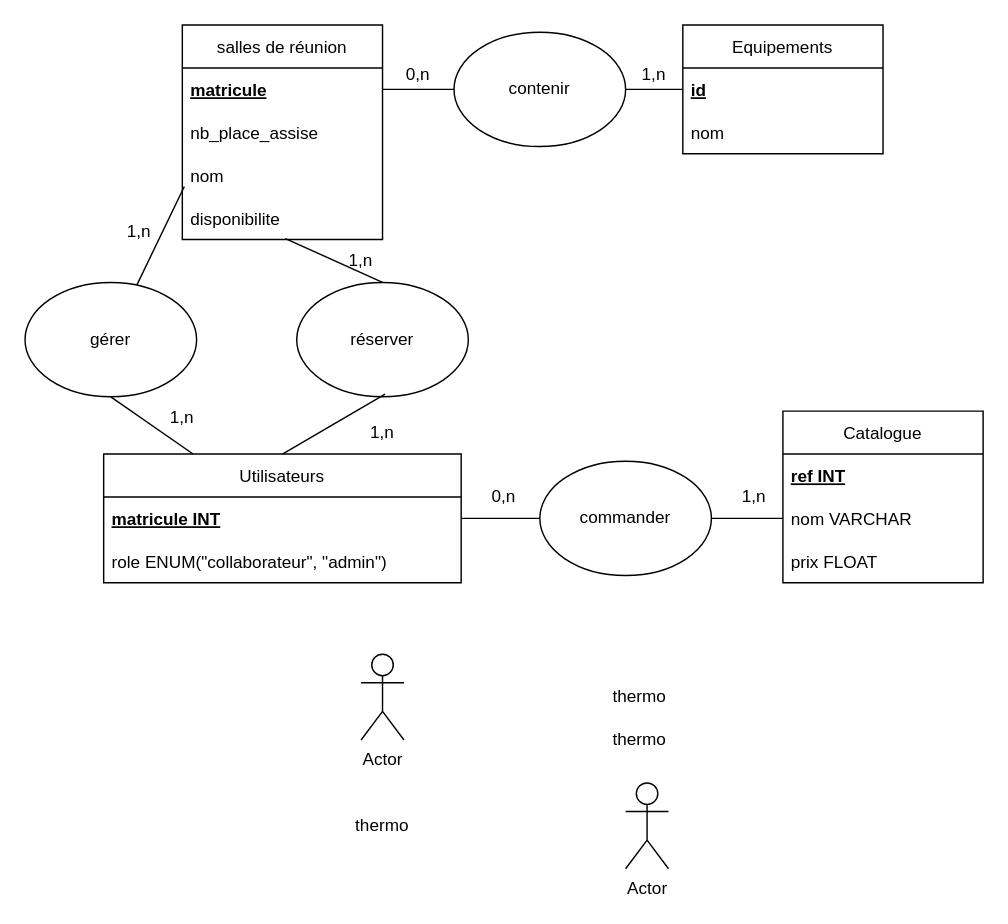
This is jour1/06-exo.drawio from webdevproformation/conception-bdd-doranco-dec2022, a draw.io file, before an edit. Source tidied: cells renumbered, new cells numbered last; positions are measured from the earlier drawing's top-left corner, leaving out a move shared by most shapes. Both pictures are drawn from the tidied source at 143%, with x=0, y=0 at pixel (24, 24).
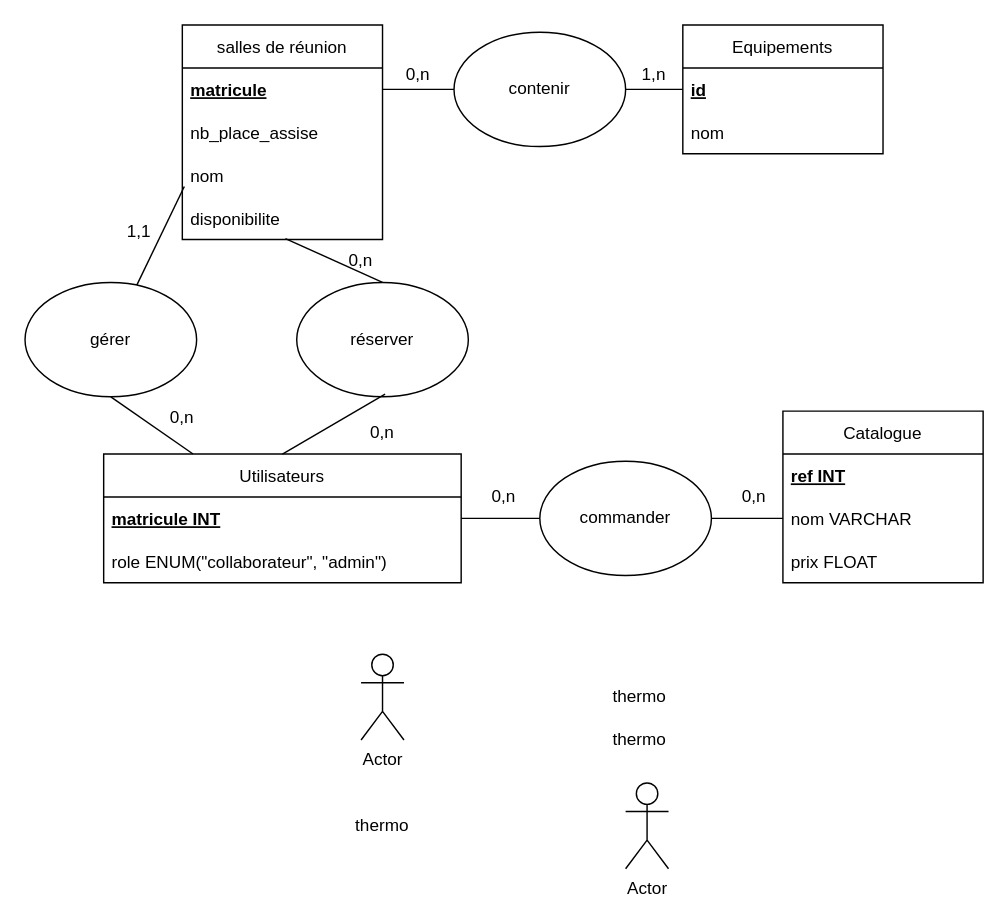
The same page after the edit.

What changed in the source:
```diff
@@
-    <mxCell id="33" value="1,n" style="text;html=1;strokeColor=none;fillColor=none;align=center;verticalAlign=middle;whiteSpace=wrap;rounded=0;" parent="1" vertex="1">
+    <mxCell id="33" value="0,n" style="text;html=1;strokeColor=none;fillColor=none;align=center;verticalAlign=middle;whiteSpace=wrap;rounded=0;" parent="1" vertex="1">
       <mxGeometry x="480" y="315" width="60" height="30" as="geometry" />
     </mxCell>
-    <mxCell id="34" value="1,n" style="text;html=1;strokeColor=none;fillColor=none;align=center;verticalAlign=middle;whiteSpace=wrap;rounded=0;" parent="1" vertex="1">
+    <mxCell id="34" value="0,n" style="text;html=1;strokeColor=none;fillColor=none;align=center;verticalAlign=middle;whiteSpace=wrap;rounded=0;" parent="1" vertex="1">
       <mxGeometry x="220" y="270" width="60" height="30" as="geometry" />
     </mxCell>
-    <mxCell id="35" value="1,n" style="text;html=1;strokeColor=none;fillColor=none;align=center;verticalAlign=middle;whiteSpace=wrap;rounded=0;" parent="1" vertex="1">
+    <mxCell id="35" value="0,n" style="text;html=1;strokeColor=none;fillColor=none;align=center;verticalAlign=middle;whiteSpace=wrap;rounded=0;" parent="1" vertex="1">
       <mxGeometry x="205" y="150" width="60" height="30" as="geometry" />
     </mxCell>
@@
-    <mxCell id="38" value="1,n" style="text;html=1;strokeColor=none;fillColor=none;align=center;verticalAlign=middle;whiteSpace=wrap;rounded=0;" parent="1" vertex="1">
+    <mxCell id="38" value="0,n" style="text;html=1;strokeColor=none;fillColor=none;align=center;verticalAlign=middle;whiteSpace=wrap;rounded=0;" parent="1" vertex="1">
       <mxGeometry x="80" y="260" width="60" height="30" as="geometry" />
     </mxCell>
-    <mxCell id="39" value="1,n" style="text;html=1;strokeColor=none;fillColor=none;align=center;verticalAlign=middle;whiteSpace=wrap;rounded=0;" parent="1" vertex="1">
+    <mxCell id="39" value="1,1" style="text;html=1;strokeColor=none;fillColor=none;align=center;verticalAlign=middle;whiteSpace=wrap;rounded=0;" parent="1" vertex="1">
       <mxGeometry x="50" y="130" width="60" height="30" as="geometry" />
     </mxCell>
```
